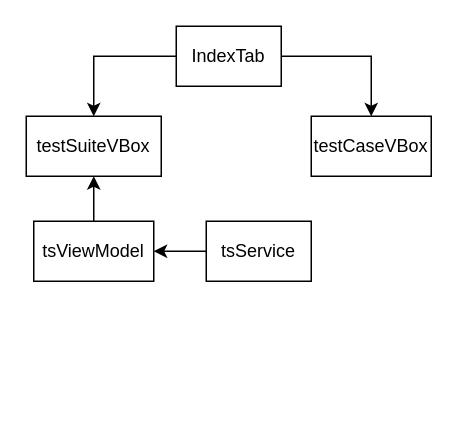
This is test.drawio from BluettDream/draw.io, a draw.io file, before an edit. Source tidied: cells renumbered, new cells numbered last; positions are measured from the earlier drawing's top-left corner, leaving out a move shared by most shapes. Both pictures are drawn from the tidied source at 150%, with x=0, y=0 at pixel (26, 26).
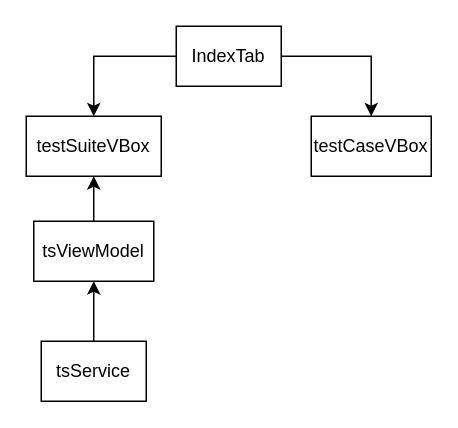
The same page after the edit.

What changed in the source:
```diff
@@
 <mxGraphModel>
   <root>
     <mxCell id="0" />
     <mxCell id="1" parent="0" />
     <mxCell id="2" style="edgeStyle=orthogonalEdgeStyle;rounded=0;jettySize=auto;html=1;" parent="1" edge="1" source="4" target="5">
       <mxGeometry relative="1" as="geometry" />
     </mxCell>
     <mxCell id="3" style="edgeStyle=orthogonalEdgeStyle;rounded=0;jettySize=auto;html=1;exitX=1;exitY=0.5;exitDx=0;exitDy=0;entryX=0.5;entryY=0;entryDx=0;entryDy=0;" parent="1" edge="1" source="4" target="6">
       <mxGeometry relative="1" as="geometry" />
     </mxCell>
     <mxCell id="4" value="IndexTab" style="rounded=0;whiteSpace=wrap;html=1;" parent="1" vertex="1">
       <mxGeometry x="100" width="70" height="40" as="geometry" />
     </mxCell>
     <mxCell id="5" value="testSuiteVBox" style="rounded=0;whiteSpace=wrap;html=1;" parent="1" vertex="1">
       <mxGeometry y="60" width="90" height="40" as="geometry" />
     </mxCell>
     <mxCell id="6" value="testCaseVBox" style="rounded=0;whiteSpace=wrap;html=1;" parent="1" vertex="1">
       <mxGeometry x="190" y="60" width="80" height="40" as="geometry" />
     </mxCell>
     <mxCell id="7" style="edgeStyle=orthogonalEdgeStyle;rounded=0;jettySize=auto;html=1;entryX=0.5;entryY=1;entryDx=0;entryDy=0;" parent="1" edge="1" source="8" target="5">
       <mxGeometry relative="1" as="geometry" />
     </mxCell>
     <mxCell id="8" value="tsViewModel" style="rounded=0;whiteSpace=wrap;html=1;" parent="1" vertex="1">
       <mxGeometry x="5" y="130" width="80" height="40" as="geometry" />
     </mxCell>
-    <mxCell id="9" style="edgeStyle=orthogonalEdgeStyle;rounded=0;jettySize=auto;html=1;entryX=1;entryY=0.5;entryDx=0;entryDy=0;" parent="1" edge="1" source="10" target="8">
-      <mxGeometry relative="1" as="geometry" />
+    <mxCell id="9" style="edgeStyle=orthogonalEdgeStyle;rounded=0;jettySize=auto;html=1;entryX=0.5;entryY=1;entryDx=0;entryDy=0;" parent="1" edge="1" source="10" target="8">
+      <mxGeometry relative="1" as="geometry">
+        <Array as="points">
+          <mxPoint x="45" y="180" />
+          <mxPoint x="45" y="180" />
+        </Array>
+      </mxGeometry>
     </mxCell>
     <mxCell id="10" value="tsService" style="rounded=0;whiteSpace=wrap;html=1;" parent="1" vertex="1">
-      <mxGeometry x="120" y="130" width="70" height="40" as="geometry" />
+      <mxGeometry x="10" y="210" width="70" height="40" as="geometry" />
     </mxCell>
   </root>
 </mxGraphModel>
```
